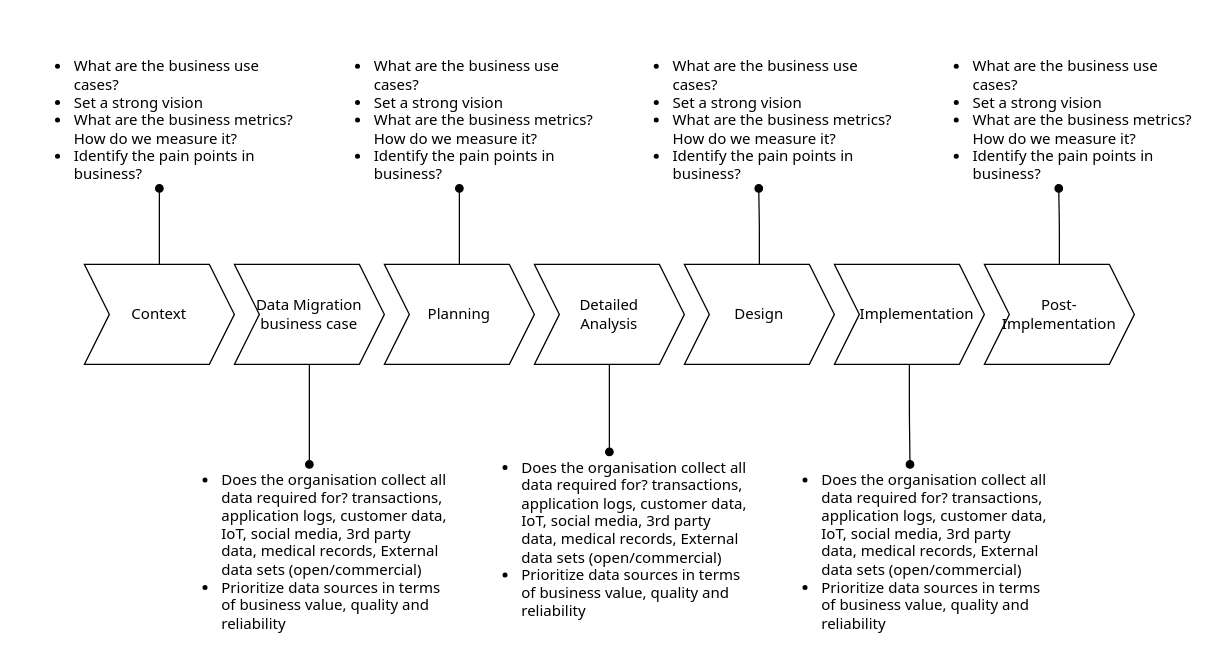
Before: data migration plan.drawio in kanchantewary/MindMaps, a draw.io diagram. Source tidied: cells renumbered, new cells numbered last; positions are measured from the earlier drawing's top-left corner, leaving out a move shared by most shapes. Both pictures are drawn from the tidied source at 125%, with x=0, y=0 at pixel (21, 51).
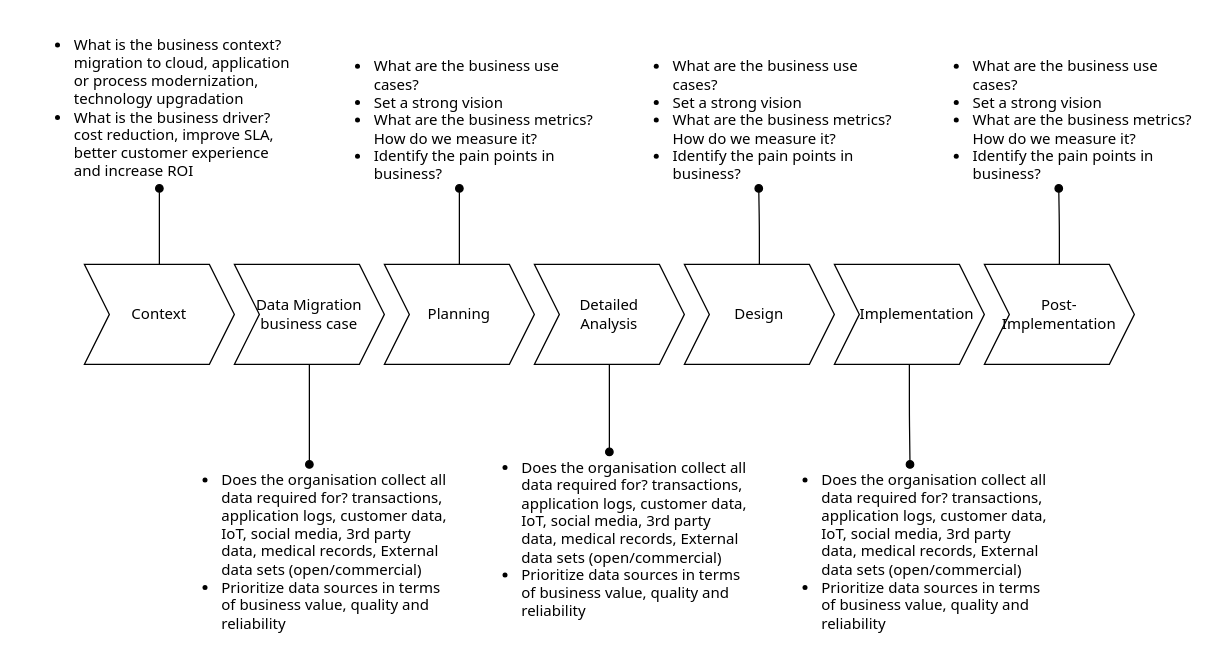
After the change.

What changed in the source:
```diff
@@
-    <mxCell id="10" value="&lt;ul&gt;&lt;li&gt;What are the business use cases?&lt;/li&gt;&lt;li&gt;Set a strong vision&lt;/li&gt;&lt;li&gt;What are the business metrics? How do we measure it?&lt;/li&gt;&lt;li&gt;Identify the pain points in business?&lt;/li&gt;&lt;/ul&gt;" style="text;html=1;strokeColor=none;fillColor=none;align=left;verticalAlign=middle;whiteSpace=wrap;rounded=0;fontFamily=Tahoma;" parent="1" vertex="1">
-      <mxGeometry x="-0.5" width="221" height="109.2" as="geometry" />
+    <mxCell id="10" value="&lt;ul&gt;&lt;li&gt;What is the business context? migration to cloud, application or process modernization, technology upgradation&lt;/li&gt;&lt;li&gt;What is the business driver? cost reduction, improve SLA, better customer experience and increase ROI&lt;/li&gt;&lt;/ul&gt;" style="text;html=1;strokeColor=none;fillColor=none;align=left;verticalAlign=middle;whiteSpace=wrap;rounded=0;fontFamily=Tahoma;" parent="1" vertex="1">
+      <mxGeometry x="-0.5" y="-20" width="221" height="129.2" as="geometry" />
     </mxCell>
```
